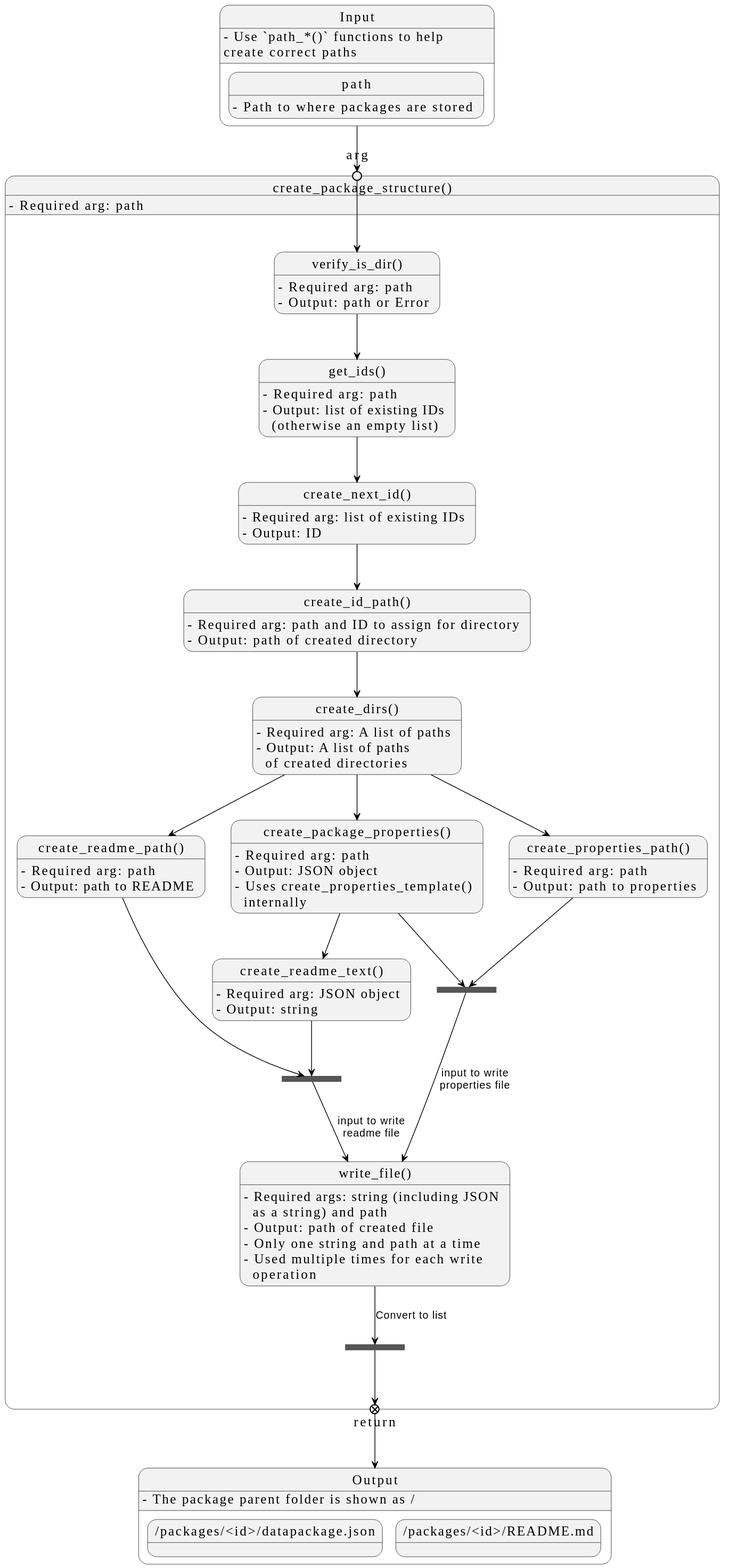
signekb/seedcase-sprout keeps this PlantUML diagram as docs/design/implementation/images/core/create-package-structure.svg. Above is the earlier version.
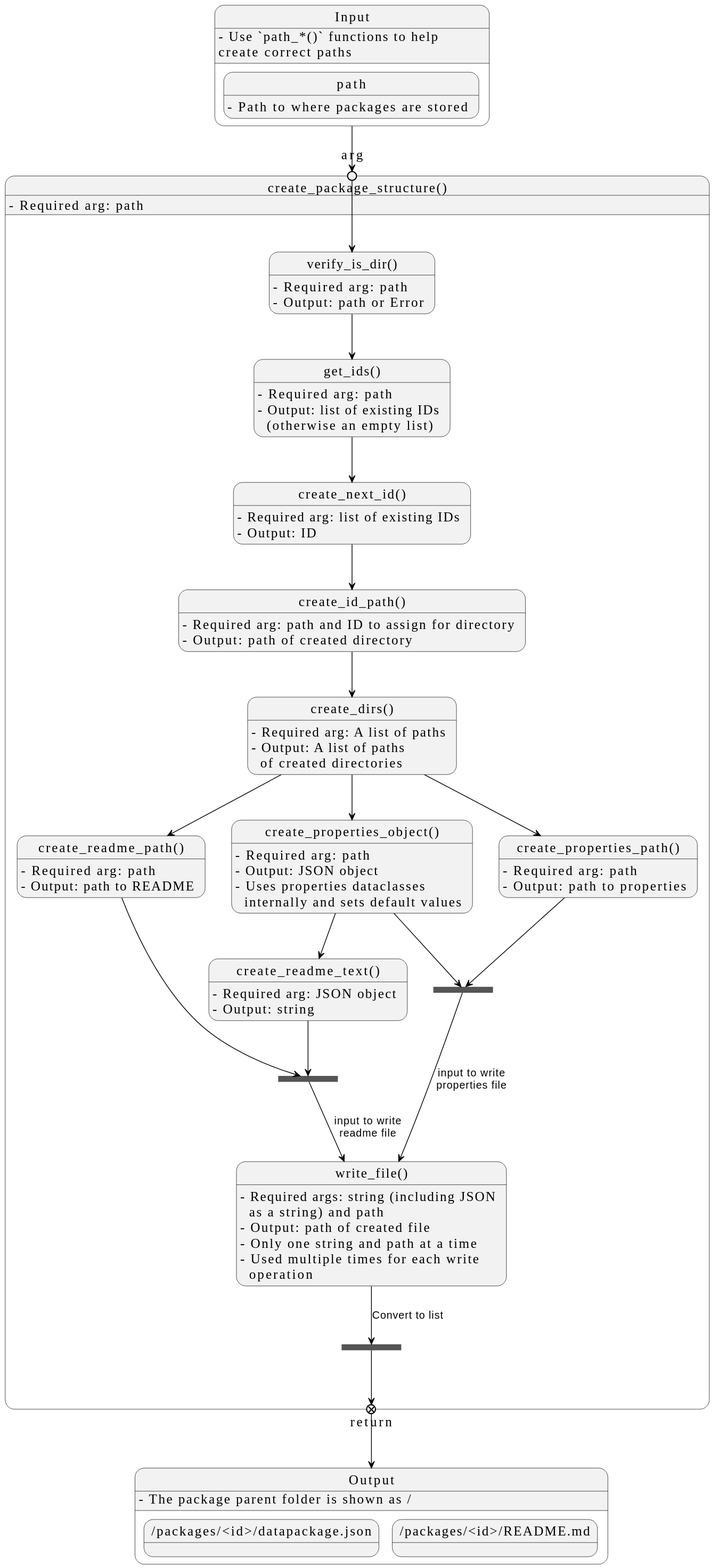
Above is the later version.

Commit message:
docs: :building_construction: replace with `create_properties_object()` (#686)

## Description

Replacing `create_package_properties()` used internally in
`create_package_structure()`.

## Reviewer Focus

<!-- Select quick/in-depth as necessary -->
This PR needs a quick review.

## Checklist

- [X] Updated documentation

---------

What changed in the source:
```diff
@@ -43,10 +43,10 @@
   cd : - Output: A list of paths\n  of created directories
   cip --> cd
 
-  state "create_package_properties()" as cppt
+  state "create_properties_object()" as cppt
   cppt : - Required arg: path
   cppt : - Output: JSON object
-  cppt : - Uses create_properties_template()\n  internally
+  cppt : - Uses properties dataclasses\n  internally and sets default values
   cd --> cppt
 
   state "create_readme_text()" as crt
```
